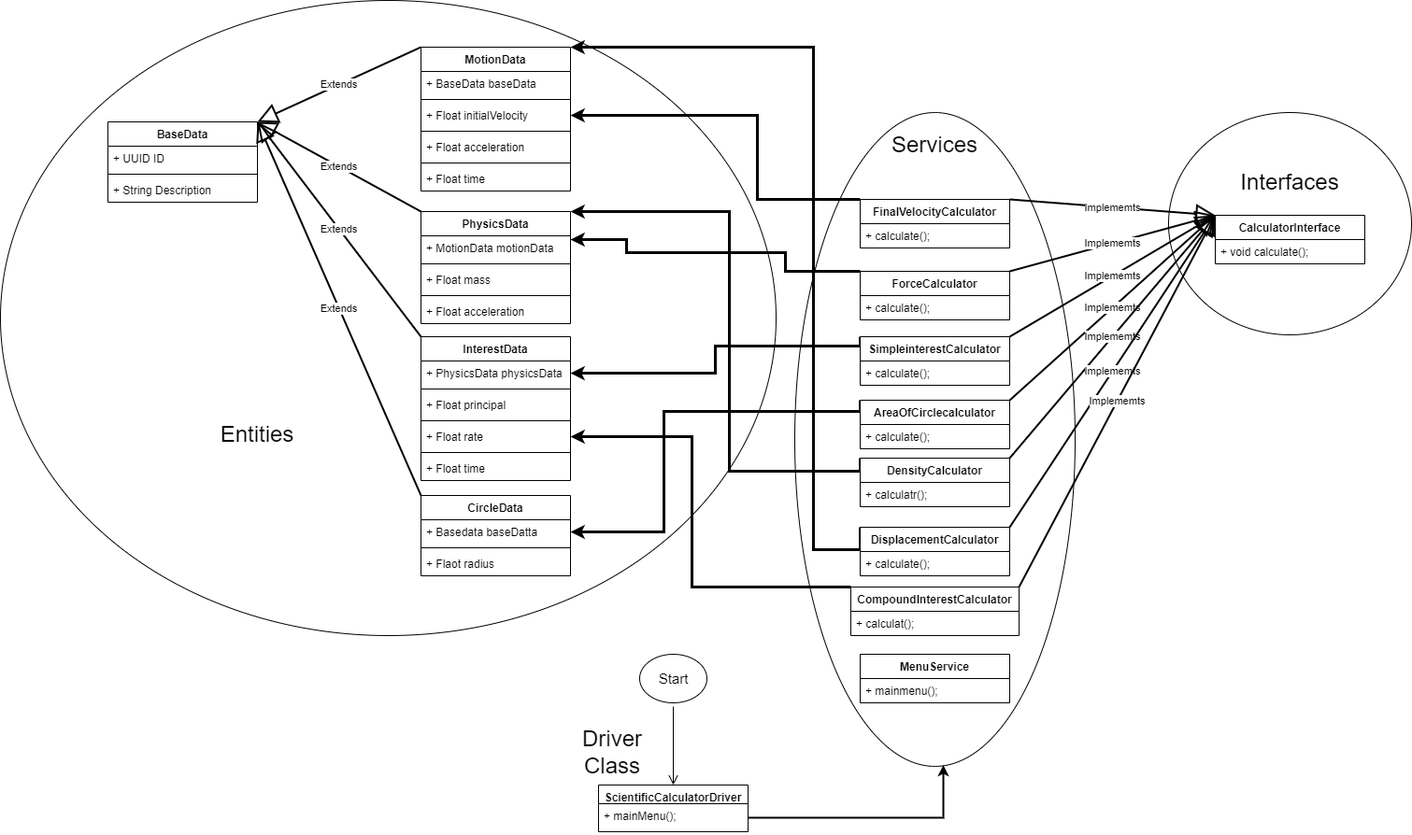
badar5uk/ScientificCalculator keeps this draw.io diagram as UMLdiagram.drawio.png. Above is the earlier version. Source tidied: cells renumbered, new cells last; positions are measured from the earlier drawing's top-left corner, leaving out a move shared by most shapes.
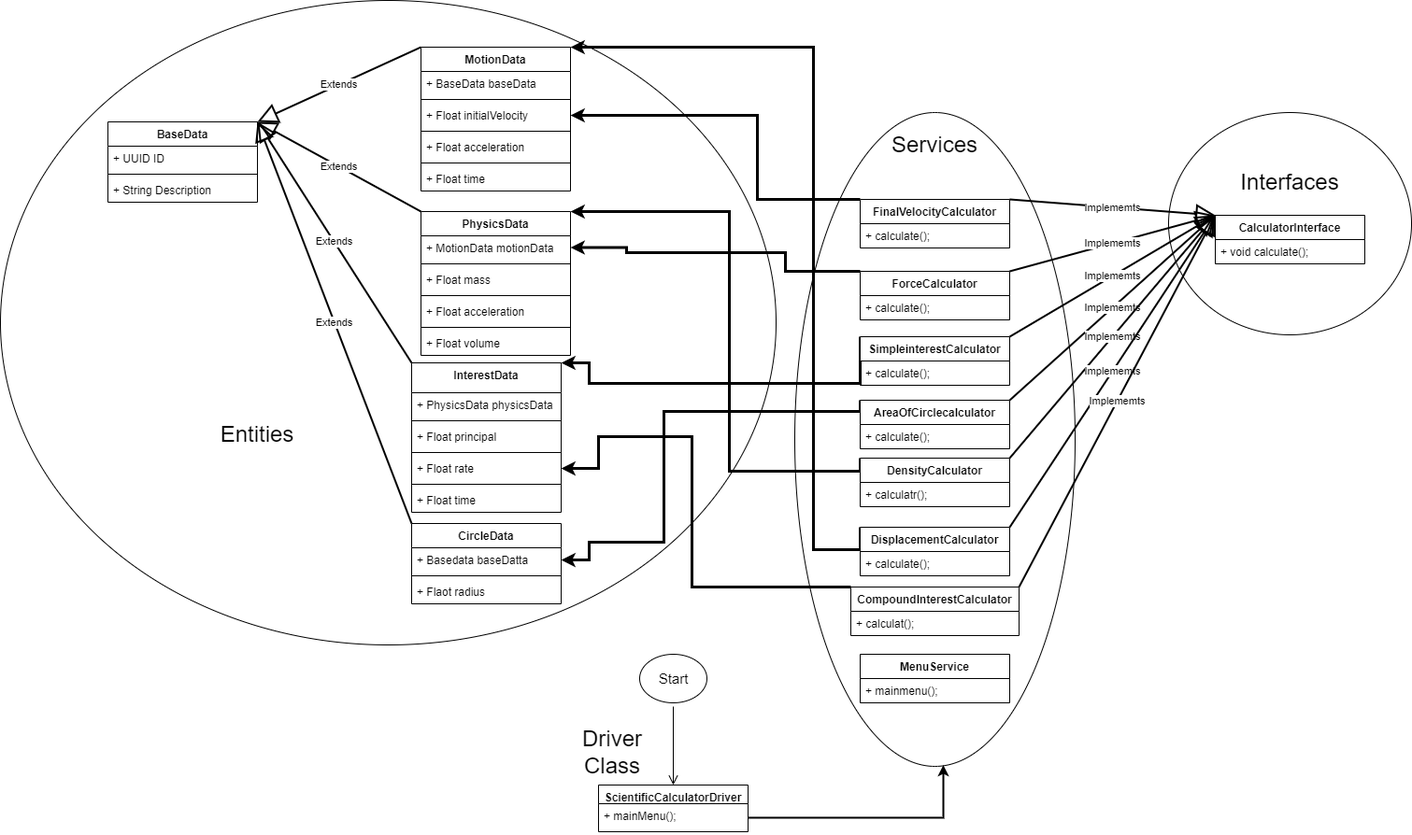
After the change.

Diff of the diagram source:
```diff
@@ -9,7 +9,7 @@
       <mxGeometry x="1250" y="120" width="260" height="238" as="geometry" />
     </mxCell>
     <mxCell id="4" style="ellipse;whiteSpace=wrap;html=1;fillColor=none;" parent="1" vertex="1">
-      <mxGeometry width="830" height="680" as="geometry" />
+      <mxGeometry width="830" height="690" as="geometry" />
     </mxCell>
     <mxCell id="5" value="BaseData" style="swimlane;fontStyle=1;align=center;verticalAlign=top;horizontal=1;startSize=26;whiteSpace=wrap;html=1;" parent="1" vertex="1">
       <mxGeometry x="115" y="130" width="160" height="86" as="geometry" />
@@ -71,7 +71,7 @@
       <mxGeometry relative="1" as="geometry" />
     </mxCell>
     <mxCell id="23" value="PhysicsData" style="swimlane;fontStyle=1;align=center;verticalAlign=top;horizontal=1;startSize=26;whiteSpace=wrap;html=1;" parent="1" vertex="1">
-      <mxGeometry x="450" y="226" width="160" height="120" as="geometry" />
+      <mxGeometry x="450" y="226" width="160" height="154" as="geometry" />
     </mxCell>
     <mxCell id="24" value="+ MotionData motionData" style="text;strokeColor=none;fillColor=none;align=left;verticalAlign=top;spacingLeft=4;spacingRight=4;overflow=hidden;whiteSpace=wrap;html=1;" parent="23" vertex="1">
       <mxGeometry y="26" width="160" height="26" as="geometry" />
@@ -88,38 +88,44 @@
     <mxCell id="28" value="+ Float acceleration&amp;nbsp;" style="text;strokeColor=none;fillColor=none;align=left;verticalAlign=top;spacingLeft=4;spacingRight=4;overflow=hidden;whiteSpace=wrap;html=1;" parent="23" vertex="1">
       <mxGeometry y="94" width="160" height="26" as="geometry" />
     </mxCell>
+    <mxCell id="80" style="line;strokeWidth=1;fillColor=none;align=left;verticalAlign=middle;spacingTop=-1;spacingLeft=3;spacingRight=3;labelPosition=right;strokeColor=inherit;" parent="23" vertex="1">
+      <mxGeometry y="120" width="160" height="8" as="geometry" />
+    </mxCell>
+    <mxCell id="81" value="+ Float volume" style="text;strokeColor=none;fillColor=none;align=left;verticalAlign=top;spacingLeft=4;spacingRight=4;overflow=hidden;whiteSpace=wrap;html=1;" parent="23" vertex="1">
+      <mxGeometry y="128" width="160" height="26" as="geometry" />
+    </mxCell>
     <mxCell id="29" value="Extends" style="endArrow=block;endSize=16;endFill=0;html=1;rounded=0;exitX=0;exitY=0;exitDx=0;exitDy=0;entryX=1;entryY=0;entryDx=0;entryDy=0;strokeWidth=2;" parent="1" edge="1" source="23" target="5">
       <mxGeometry relative="1" as="geometry" />
     </mxCell>
-    <mxCell id="30" value="InterestData" style="swimlane;fontStyle=1;align=center;verticalAlign=top;horizontal=1;startSize=26;whiteSpace=wrap;html=1;" parent="1" vertex="1">
-      <mxGeometry x="450" y="360" width="160" height="154" as="geometry" />
+    <mxCell id="30" value="InterestData" style="swimlane;fontStyle=1;align=center;verticalAlign=top;horizontal=1;startSize=32;whiteSpace=wrap;html=1;" parent="1" vertex="1">
+      <mxGeometry x="440" y="388" width="160" height="160" as="geometry" />
     </mxCell>
     <mxCell id="31" value="+ PhysicsData physicsData" style="text;strokeColor=none;fillColor=none;align=left;verticalAlign=top;spacingLeft=4;spacingRight=4;overflow=hidden;points=[[0,0.5],[1,0.5]];portConstraint=eastwest;whiteSpace=wrap;html=1;" parent="30" vertex="1">
-      <mxGeometry y="26" width="160" height="26" as="geometry" />
+      <mxGeometry y="32" width="160" height="26" as="geometry" />
     </mxCell>
     <mxCell id="32" style="line;strokeWidth=1;fillColor=none;align=left;verticalAlign=middle;spacingTop=-1;spacingLeft=3;spacingRight=3;labelPosition=right;strokeColor=inherit;" parent="30" vertex="1">
-      <mxGeometry y="52" width="160" height="8" as="geometry" />
+      <mxGeometry y="58" width="160" height="8" as="geometry" />
     </mxCell>
     <mxCell id="33" value="+ Float principal" style="text;strokeColor=none;fillColor=none;align=left;verticalAlign=top;spacingLeft=4;spacingRight=4;overflow=hidden;whiteSpace=wrap;html=1;" parent="30" vertex="1">
-      <mxGeometry y="60" width="160" height="26" as="geometry" />
+      <mxGeometry y="66" width="160" height="26" as="geometry" />
     </mxCell>
     <mxCell id="34" style="line;strokeWidth=1;fillColor=none;align=left;verticalAlign=middle;spacingTop=-1;spacingLeft=3;spacingRight=3;labelPosition=right;strokeColor=inherit;" parent="30" vertex="1">
-      <mxGeometry y="86" width="160" height="8" as="geometry" />
+      <mxGeometry y="92" width="160" height="8" as="geometry" />
     </mxCell>
     <mxCell id="35" value="+ Float rate" style="text;strokeColor=none;fillColor=none;align=left;verticalAlign=top;spacingLeft=4;spacingRight=4;overflow=hidden;points=[[0,0.5],[1,0.5]];portConstraint=eastwest;whiteSpace=wrap;html=1;" parent="30" vertex="1">
-      <mxGeometry y="94" width="160" height="26" as="geometry" />
+      <mxGeometry y="100" width="160" height="26" as="geometry" />
     </mxCell>
     <mxCell id="36" style="line;strokeWidth=1;fillColor=none;align=left;verticalAlign=middle;spacingTop=-1;spacingLeft=3;spacingRight=3;labelPosition=right;strokeColor=inherit;" parent="30" vertex="1">
-      <mxGeometry y="120" width="160" height="8" as="geometry" />
+      <mxGeometry y="126" width="160" height="8" as="geometry" />
     </mxCell>
     <mxCell id="37" value="+ Float time" style="text;strokeColor=none;fillColor=none;align=left;verticalAlign=top;spacingLeft=4;spacingRight=4;overflow=hidden;whiteSpace=wrap;html=1;" parent="30" vertex="1">
-      <mxGeometry y="128" width="160" height="26" as="geometry" />
+      <mxGeometry y="134" width="160" height="26" as="geometry" />
     </mxCell>
     <mxCell id="38" value="Extends" style="endArrow=block;endSize=16;endFill=0;html=1;rounded=0;exitX=0;exitY=0;exitDx=0;exitDy=0;entryX=1;entryY=0;entryDx=0;entryDy=0;strokeWidth=2;" parent="1" edge="1" source="30" target="5">
       <mxGeometry relative="1" as="geometry" />
     </mxCell>
     <mxCell id="39" value="CircleData" style="swimlane;fontStyle=1;align=center;verticalAlign=top;horizontal=1;startSize=26;whiteSpace=wrap;html=1;" parent="1" vertex="1">
-      <mxGeometry x="450" y="530" width="160" height="86" as="geometry" />
+      <mxGeometry x="440" y="560" width="160" height="86" as="geometry" />
     </mxCell>
     <mxCell id="40" value="+ Basedata baseDatta" style="text;strokeColor=none;fillColor=none;align=left;verticalAlign=top;spacingLeft=4;spacingRight=4;overflow=hidden;points=[[0,0.5],[1,0.5]];portConstraint=eastwest;whiteSpace=wrap;html=1;" parent="39" vertex="1">
       <mxGeometry y="26" width="160" height="26" as="geometry" />
@@ -165,7 +171,7 @@
           <mxPoint x="840" y="290" />
           <mxPoint x="840" y="270" />
           <mxPoint x="670" y="270" />
-          <mxPoint x="670" y="256" />
+          <mxPoint x="670" y="265" />
         </Array>
       </mxGeometry>
     </mxCell>
@@ -178,12 +184,12 @@
     <mxCell id="54" value="Implememts" style="endArrow=block;endSize=16;endFill=0;html=1;rounded=0;exitX=1;exitY=0;exitDx=0;exitDy=0;entryX=0;entryY=0;entryDx=0;entryDy=0;strokeWidth=2;" parent="1" edge="1" source="52" target="44">
       <mxGeometry relative="1" as="geometry" />
     </mxCell>
-    <mxCell id="55" style="edgeStyle=orthogonalEdgeStyle;rounded=0;jettySize=auto;html=1;exitX=0;exitY=0;exitDx=0;exitDy=0;strokeWidth=3;" parent="1" edge="1" source="56" target="31">
+    <mxCell id="55" style="edgeStyle=orthogonalEdgeStyle;rounded=0;jettySize=auto;html=1;exitX=0;exitY=0;exitDx=0;exitDy=0;strokeWidth=3;entryX=1;entryY=0;entryDx=0;entryDy=0;" parent="1" edge="1" source="56" target="30">
       <mxGeometry relative="1" as="geometry">
         <Array as="points">
-          <mxPoint x="920" y="370" />
-          <mxPoint x="765" y="370" />
-          <mxPoint x="765" y="399" />
+          <mxPoint x="920" y="410" />
+          <mxPoint x="630" y="410" />
+          <mxPoint x="630" y="388" />
         </Array>
       </mxGeometry>
     </mxCell>
@@ -201,7 +207,9 @@
         <Array as="points">
           <mxPoint x="920" y="440" />
           <mxPoint x="710" y="440" />
-          <mxPoint x="710" y="569" />
+          <mxPoint x="710" y="580" />
+          <mxPoint x="630" y="580" />
+          <mxPoint x="630" y="599" />
         </Array>
       </mxGeometry>
     </mxCell>
@@ -256,6 +264,8 @@
         <Array as="points">
           <mxPoint x="740" y="628" />
           <mxPoint x="740" y="467" />
+          <mxPoint x="640" y="467" />
+          <mxPoint x="640" y="501" />
         </Array>
       </mxGeometry>
     </mxCell>
```
